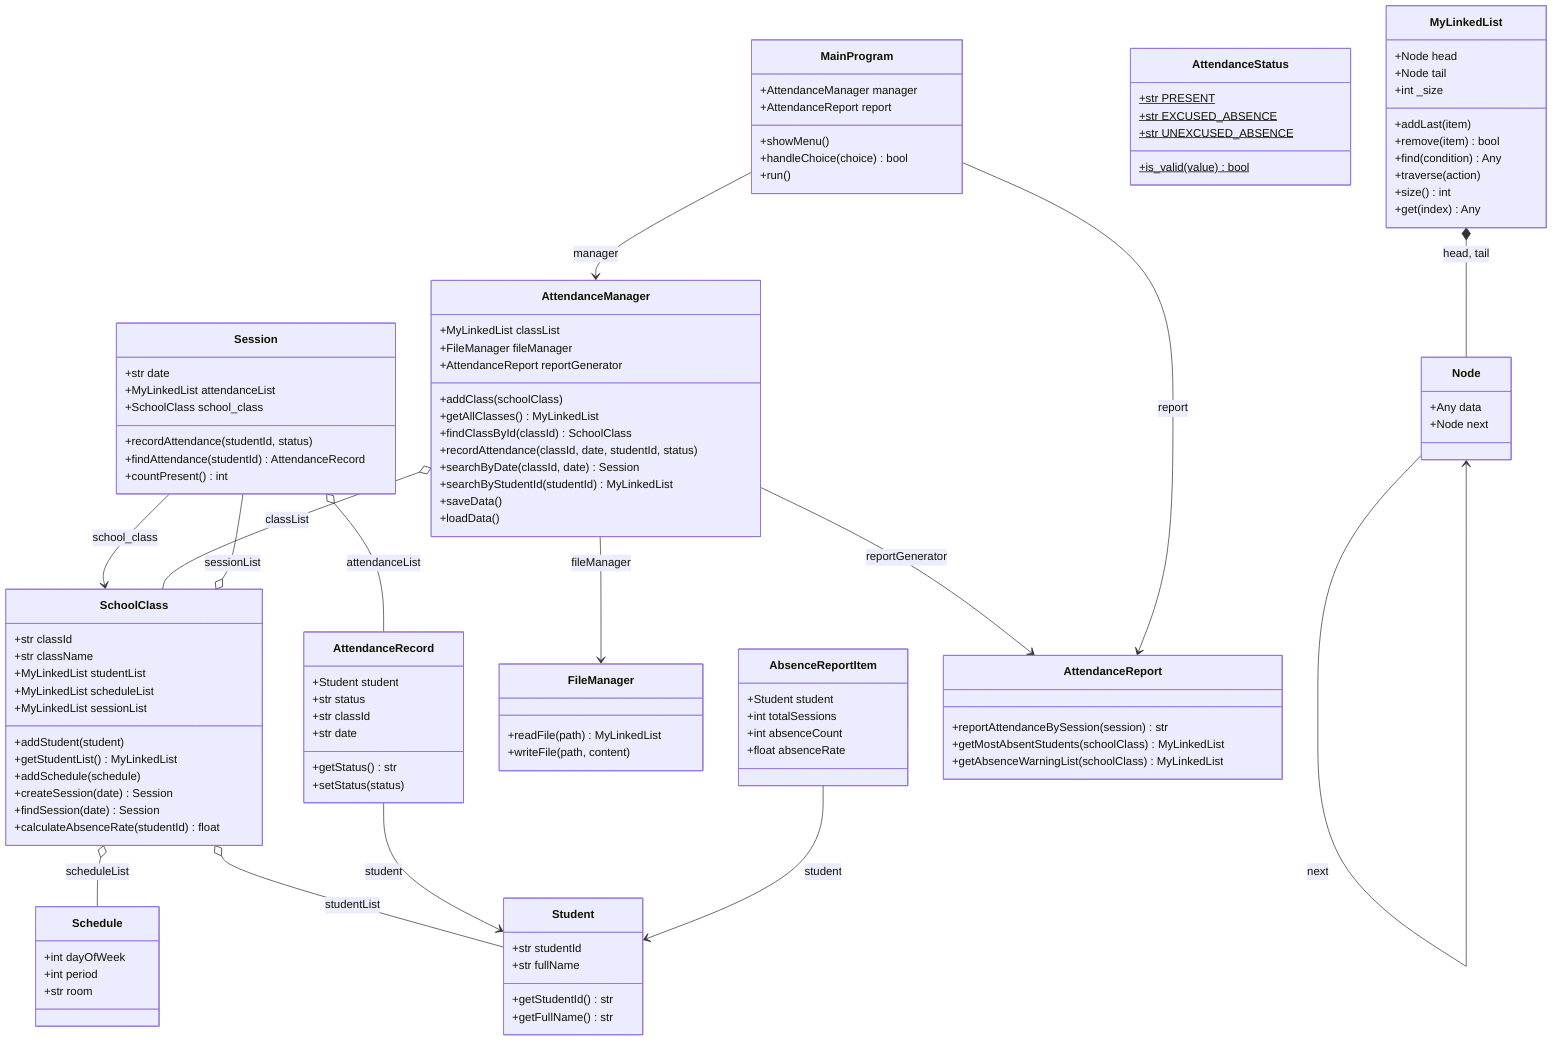
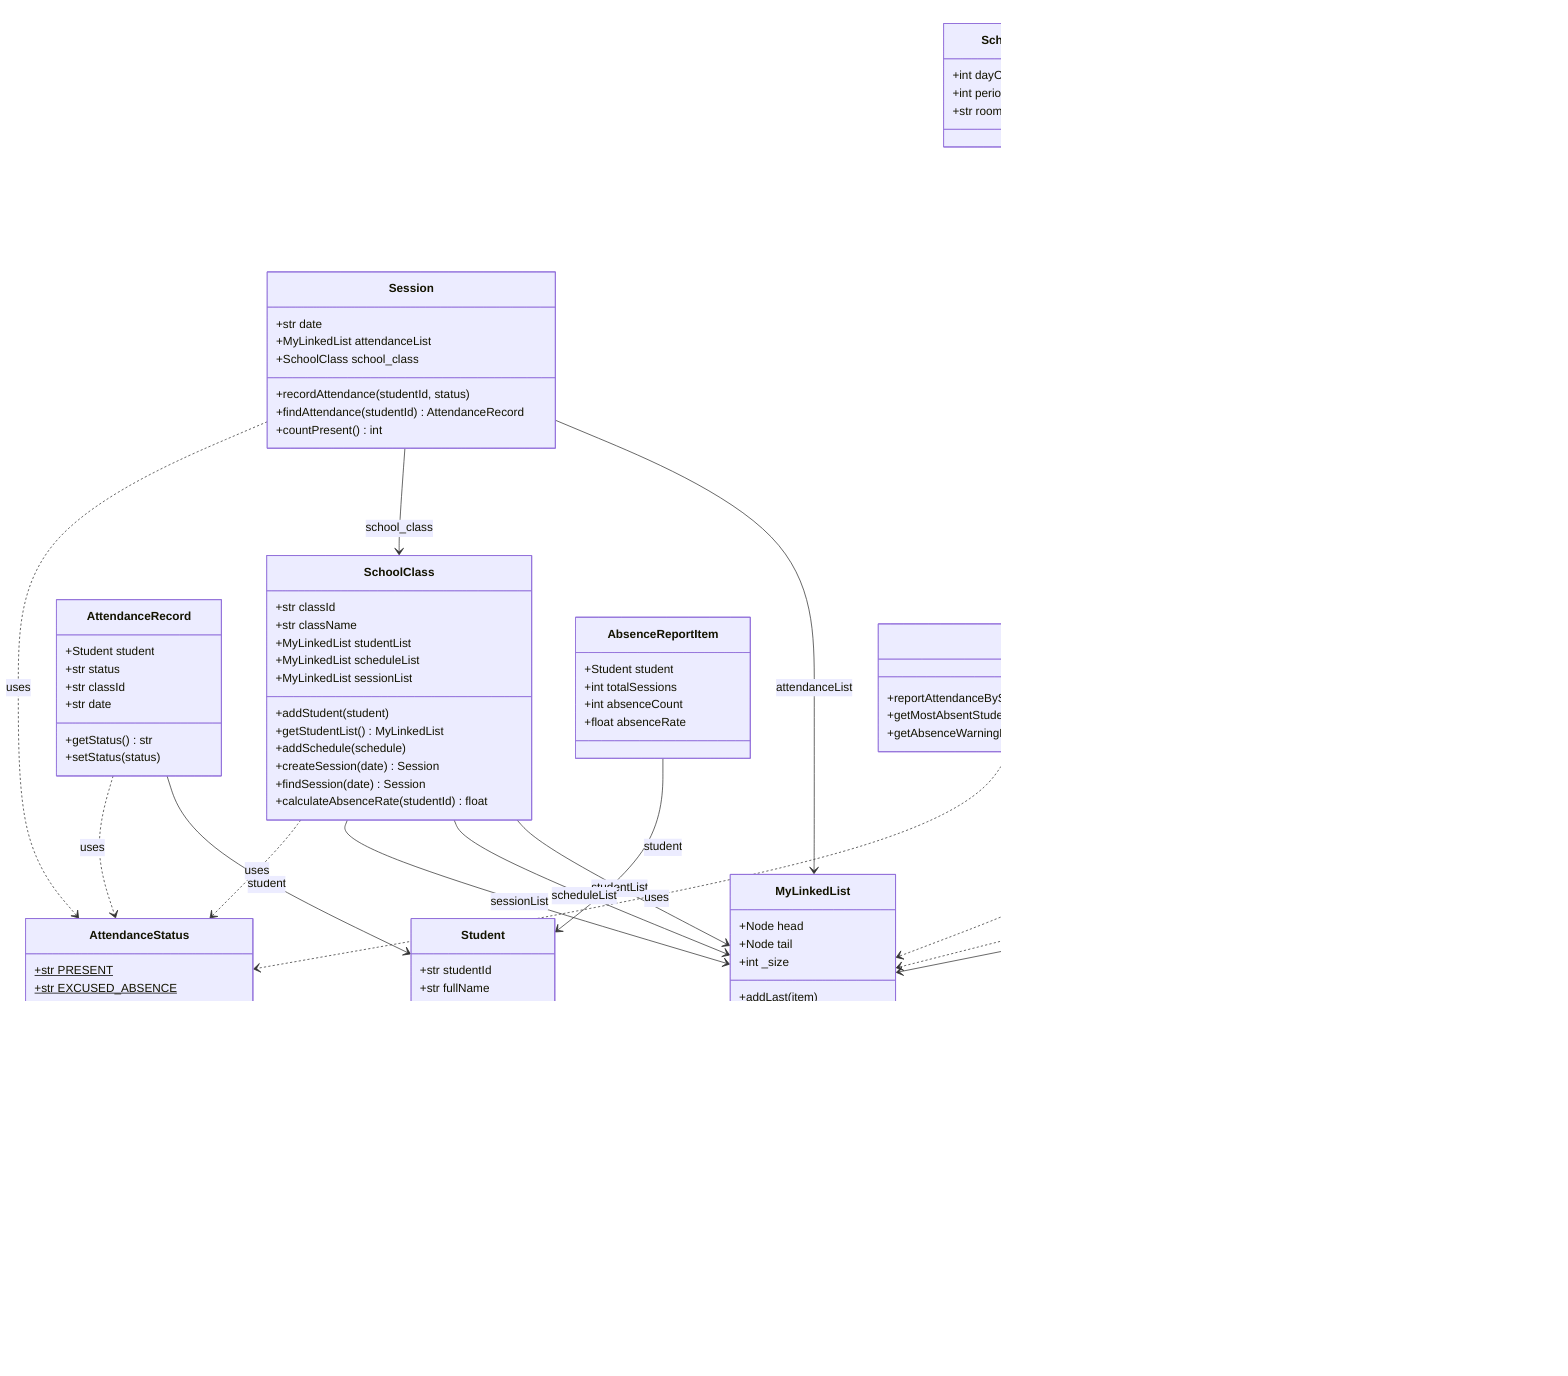
classDiagram
    class Student {
        +str studentId
        +str fullName
        +getStudentId() str
        +getFullName() str
    }
    class Session {
        +str date
        +MyLinkedList attendanceList
        +SchoolClass school_class
        +recordAttendance(studentId, status)
        +findAttendance(studentId) AttendanceRecord
        +countPresent() int
    }
    class SchoolClass {
        +str classId
        +str className
        +MyLinkedList studentList
        +MyLinkedList scheduleList
        +MyLinkedList sessionList
        +addStudent(student)
        +getStudentList() MyLinkedList
        +addSchedule(schedule)
        +createSession(date) Session
        +findSession(date) Session
        +calculateAbsenceRate(studentId) float
    }
    class Schedule {
        +int dayOfWeek
        +int period
        +str room
    }
    class AttendanceRecord {
        +Student student
        +str status
        +str classId
        +str date
        +getStatus() str
        +setStatus(status)
    }
    class Node {
        +Any data
        +Node next
    }
    class MyLinkedList {
        +Node head
        +Node tail
        +int _size
        +addLast(item)
        +remove(item) bool
        +find(condition) Any
        +traverse(action)
        +size() int
        +get(index) Any
    }
    class AttendanceStatus {
        +str PRESENT$
        +str EXCUSED_ABSENCE$
        +str UNEXCUSED_ABSENCE$
        +is_valid(value)$ bool
    }
    class AttendanceManager {
        +MyLinkedList classList
        +FileManager fileManager
        +AttendanceReport reportGenerator
        +addClass(schoolClass)
        +getAllClasses() MyLinkedList
        +findClassById(classId) SchoolClass
        +recordAttendance(classId, date, studentId, status)
        +searchByDate(classId, date) Session
        +searchByStudentId(studentId) MyLinkedList
+         +split_line(line) MyLinkedList
        +saveData()
        +loadData()
    }
    class FileManager {
        +readFile(path) MyLinkedList
        +writeFile(path, content)
    }
    class AbsenceReportItem {
        +Student student
        +int totalSessions
        +int absenceCount
        +float absenceRate
    }
    class AttendanceReport {
        +reportAttendanceBySession(session) str
        +getMostAbsentStudents(schoolClass) MyLinkedList
        +getAbsenceWarningList(schoolClass) MyLinkedList
    }
    class MainProgram {
        +AttendanceManager manager
        +AttendanceReport report
        +showMenu()
        +handleChoice(choice) bool
        +run()
    }

-     SchoolClass o-- Student : studentList
-     SchoolClass o-- Schedule : scheduleList
-     SchoolClass o-- Session : sessionList
-     Session --> SchoolClass : school_class
-     Session o-- AttendanceRecord : attendanceList
-     AttendanceRecord --> Student : student
+     %% MyLinkedList internal structure
    MyLinkedList *-- Node : head, tail
    Node --> Node : next
-     AttendanceManager o-- SchoolClass : classList
+ 
+     %% Classes holding MyLinkedList as attributes (association)
+     SchoolClass --> MyLinkedList : studentList
+     SchoolClass --> MyLinkedList : scheduleList
+     SchoolClass --> MyLinkedList : sessionList
+     Session --> MyLinkedList : attendanceList
+     AttendanceManager --> MyLinkedList : classList
+ 
+     %% Classes returning MyLinkedList from methods (dependency)
+     FileManager ..> MyLinkedList : returns
+     AttendanceReport ..> MyLinkedList : returns
+ 
+     %% Back-reference: Session knows its parent SchoolClass
+     Session --> SchoolClass : school_class
+ 
+     %% Direct object references
+     AttendanceRecord --> Student : student
+     AbsenceReportItem --> Student : student
+ 
+     %% Service-level associations
    AttendanceManager --> FileManager : fileManager
    AttendanceManager --> AttendanceReport : reportGenerator
-     AbsenceReportItem --> Student : student
    MainProgram --> AttendanceManager : manager
    MainProgram --> AttendanceReport : report
+ 
+     %% AttendanceStatus usage (dependency)
+     AttendanceRecord ..> AttendanceStatus : uses
+     Session ..> AttendanceStatus : uses
+     SchoolClass ..> AttendanceStatus : uses
+     AttendanceReport ..> AttendanceStatus : uses
